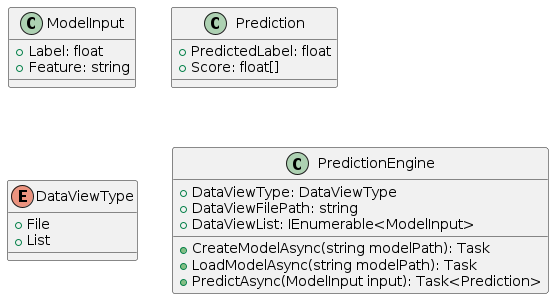
Before: Docs/ClassDiagram.png, a diagram exported from PlantUML (VeritasSoftware/WebsiteAIAssistant).
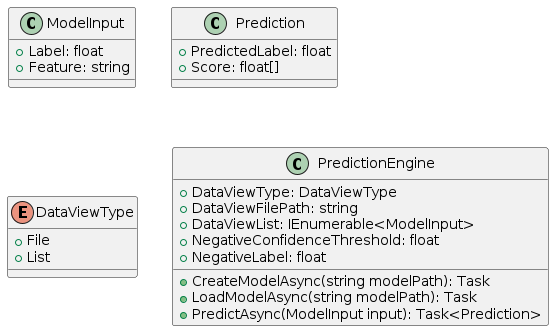
After the change.

Commit message:
updated class diagram image.

The edit, as a diff of the source:
```diff
@@ -22,6 +22,8 @@
   + DataViewType: DataViewType
   + DataViewFilePath: string
   + DataViewList: IEnumerable<ModelInput>
+  + NegativeConfidenceThreshold: float
+  + NegativeLabel: float
 
   + CreateModelAsync(string modelPath): Task
   + LoadModelAsync(string modelPath): Task
```
